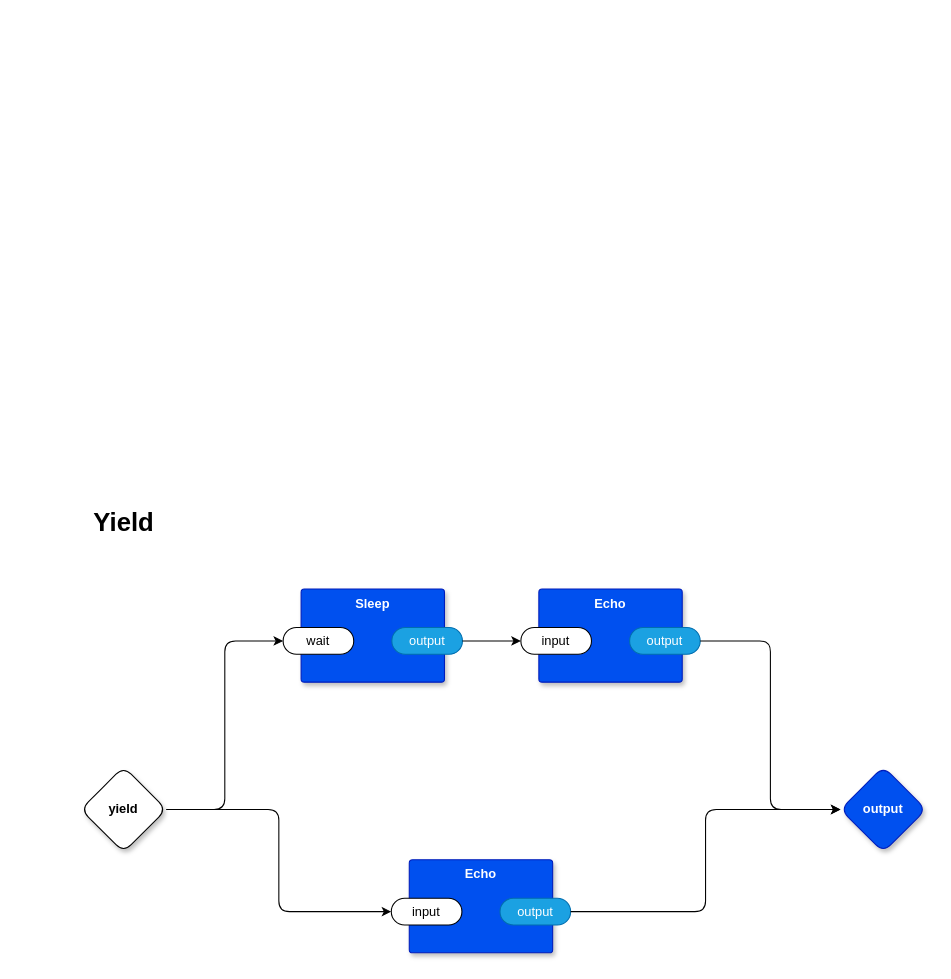
Before: example.drawio in guitarvydas/odin0d, a draw.io diagram. Source tidied: cells renumbered, new cells numbered last; positions are measured from the earlier drawing's top-left corner, leaving out a move shared by most shapes. Both pictures are drawn from the tidied source at 107%, with x=0, y=0 at pixel (80, 500).
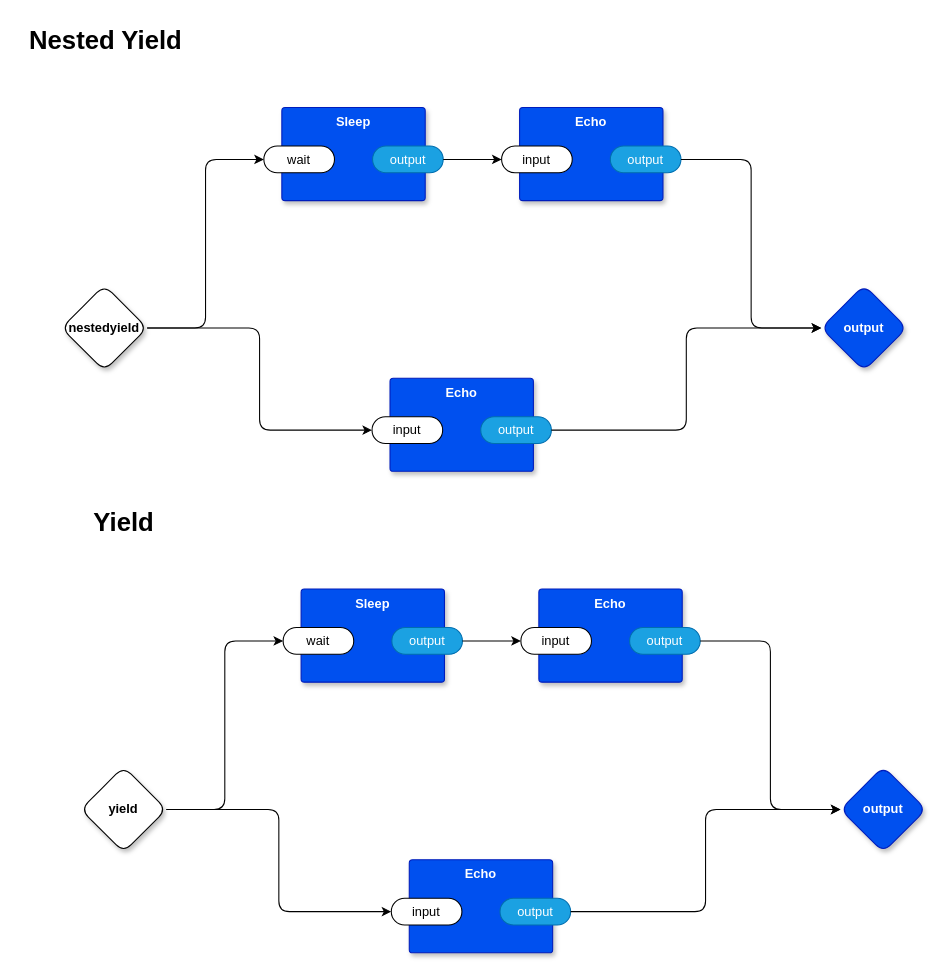
The same diagram, later.

Commit message (it also covers changes not shown here):
nestedyield by cloning yield

Change to the diagram source:
```diff
@@
+    <mxCell id="19" style="edgeStyle=orthogonalEdgeStyle;rounded=1;jettySize=auto;html=1;exitX=1;exitY=0.5;exitDx=0;exitDy=0;exitPerimeter=0;entryX=0;entryY=0.5;entryDx=0;entryDy=0;entryPerimeter=0;" parent="1" edge="1" source="21" target="24">
+      <mxGeometry relative="1" as="geometry" />
+    </mxCell>
+    <mxCell id="20" style="edgeStyle=orthogonalEdgeStyle;rounded=1;jettySize=auto;html=1;exitX=1;exitY=0.5;exitDx=0;exitDy=0;exitPerimeter=0;entryX=0;entryY=0.5;entryDx=0;entryDy=0;entryPerimeter=0;" parent="1" edge="1" source="21" target="30">
+      <mxGeometry relative="1" as="geometry" />
+    </mxCell>
+    <mxCell id="21" value="nestedyield" style="rhombus;whiteSpace=wrap;html=1;rounded=1;fontStyle=1;glass=0;sketch=0;fontSize=12;points=[[0,0.5,0,0,0],[0.5,0,0,0,0],[0.5,1,0,0,0],[1,0.5,0,0,0]];shadow=1;" parent="1" vertex="1">
+      <mxGeometry x="-18" y="-201" width="80" height="80" as="geometry" />
+    </mxCell>
+    <mxCell id="22" value="output" style="rhombus;whiteSpace=wrap;html=1;rounded=1;fillColor=#0050ef;fontColor=#ffffff;strokeColor=#001DBC;fontStyle=1;glass=0;sketch=0;fontSize=12;points=[[0,0.5,0,0,0],[0.5,0,0,0,0],[0.5,1,0,0,0],[1,0.5,0,0,0]];shadow=1;" parent="1" vertex="1">
+      <mxGeometry x="692" y="-201" width="80" height="80" as="geometry" />
+    </mxCell>
+    <mxCell id="23" value="Sleep" style="rounded=1;whiteSpace=wrap;html=1;sketch=0;verticalAlign=top;arcSize=6;fontStyle=1;absoluteArcSize=1;shadow=1;strokeColor=#001DBC;fillColor=#0050ef;fontColor=#ffffff;" parent="1" vertex="1">
+      <mxGeometry x="187.9" y="-367" width="134" height="87" as="geometry" />
+    </mxCell>
+    <mxCell id="24" value="wait" style="rounded=1;whiteSpace=wrap;html=1;sketch=0;points=[[0,0.5,0,0,0],[1,0.5,0,0,0]];arcSize=50;" parent="23" vertex="1">
+      <mxGeometry x="-16.8" y="36" width="66" height="25" as="geometry" />
+    </mxCell>
+    <mxCell id="25" value="output" style="rounded=1;whiteSpace=wrap;html=1;sketch=0;points=[[0,0.5,0,0,0],[1,0.5,0,0,0]];fillColor=#1ba1e2;fontColor=#ffffff;strokeColor=#006EAF;arcSize=50;" parent="23" vertex="1">
+      <mxGeometry x="84.8" y="36" width="66" height="25" as="geometry" />
+    </mxCell>
+    <mxCell id="26" value="Echo" style="rounded=1;whiteSpace=wrap;html=1;sketch=0;verticalAlign=top;arcSize=6;fontStyle=1;absoluteArcSize=1;shadow=1;strokeColor=#001DBC;fillColor=#0050ef;fontColor=#ffffff;" parent="1" vertex="1">
+      <mxGeometry x="410.1" y="-367" width="134" height="87" as="geometry" />
+    </mxCell>
+    <mxCell id="27" value="input" style="rounded=1;whiteSpace=wrap;html=1;sketch=0;points=[[0,0.5,0,0,0],[1,0.5,0,0,0]];arcSize=50;" parent="26" vertex="1">
+      <mxGeometry x="-16.8" y="36" width="66" height="25" as="geometry" />
+    </mxCell>
+    <mxCell id="28" value="output" style="rounded=1;whiteSpace=wrap;html=1;sketch=0;points=[[0,0.5,0,0,0],[1,0.5,0,0,0]];fillColor=#1ba1e2;fontColor=#ffffff;strokeColor=#006EAF;arcSize=50;" parent="26" vertex="1">
+      <mxGeometry x="84.8" y="36" width="66" height="25" as="geometry" />
+    </mxCell>
+    <mxCell id="29" value="Echo" style="rounded=1;whiteSpace=wrap;html=1;sketch=0;verticalAlign=top;arcSize=6;fontStyle=1;absoluteArcSize=1;shadow=1;strokeColor=#001DBC;fillColor=#0050ef;fontColor=#ffffff;" parent="1" vertex="1">
+      <mxGeometry x="289" y="-114" width="134" height="87" as="geometry" />
+    </mxCell>
+    <mxCell id="30" value="input" style="rounded=1;whiteSpace=wrap;html=1;sketch=0;points=[[0,0.5,0,0,0],[1,0.5,0,0,0]];arcSize=50;" parent="29" vertex="1">
+      <mxGeometry x="-16.8" y="36" width="66" height="25" as="geometry" />
+    </mxCell>
+    <mxCell id="31" value="output" style="rounded=1;whiteSpace=wrap;html=1;sketch=0;points=[[0,0.5,0,0,0],[1,0.5,0,0,0]];fillColor=#1ba1e2;fontColor=#ffffff;strokeColor=#006EAF;arcSize=50;" parent="29" vertex="1">
+      <mxGeometry x="84.8" y="36" width="66" height="25" as="geometry" />
+    </mxCell>
+    <mxCell id="32" style="edgeStyle=orthogonalEdgeStyle;rounded=1;jettySize=auto;html=1;exitX=1;exitY=0.5;exitDx=0;exitDy=0;exitPerimeter=0;entryX=0;entryY=0.5;entryDx=0;entryDy=0;entryPerimeter=0;" parent="1" edge="1" source="25" target="27">
+      <mxGeometry relative="1" as="geometry" />
+    </mxCell>
+    <mxCell id="33" style="edgeStyle=orthogonalEdgeStyle;rounded=1;jettySize=auto;html=1;exitX=1;exitY=0.5;exitDx=0;exitDy=0;exitPerimeter=0;entryX=0;entryY=0.5;entryDx=0;entryDy=0;entryPerimeter=0;" parent="1" edge="1" source="28" target="22">
+      <mxGeometry relative="1" as="geometry" />
+    </mxCell>
+    <mxCell id="34" style="edgeStyle=orthogonalEdgeStyle;rounded=1;jettySize=auto;html=1;exitX=1;exitY=0.5;exitDx=0;exitDy=0;exitPerimeter=0;entryX=0;entryY=0.5;entryDx=0;entryDy=0;entryPerimeter=0;" parent="1" edge="1" source="31" target="22">
+      <mxGeometry relative="1" as="geometry" />
+    </mxCell>
+    <mxCell id="35" value="&lt;b&gt;&lt;font style=&quot;font-size: 24px;&quot;&gt;Nested Yield&lt;/font&gt;&lt;/b&gt;" style="text;html=1;align=center;verticalAlign=middle;strokeColor=none;fillColor=none;" parent="1" vertex="1">
+      <mxGeometry x="-58" y="-450" width="161" height="41" as="geometry" />
+    </mxCell>
```
